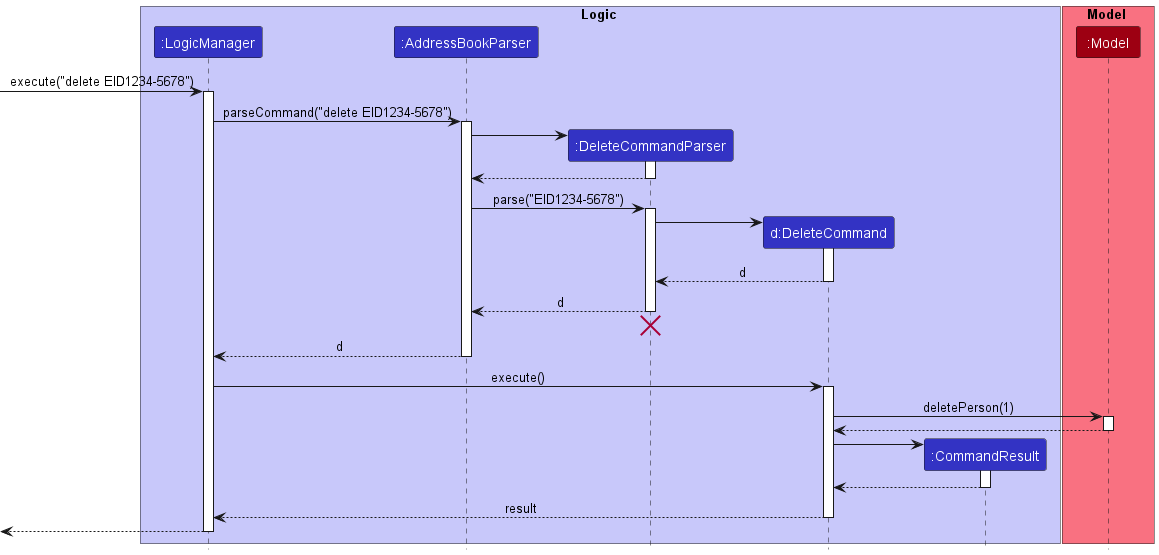
This is docs/images/DeleteSequenceDiagram.png from nus-cs2103-AY2324S1/tp, a PlantUML export, as it was before one commit.
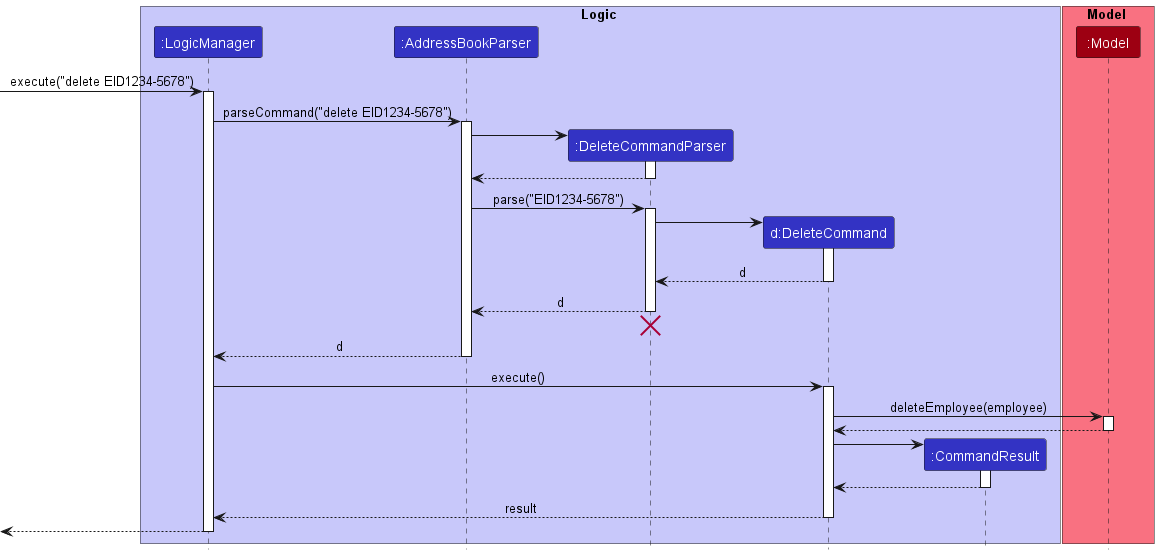
The same file after the commit.

Commit message:
Fix error in delete employee sequence diagram

Change to the diagram source:
```diff
@@ -48,7 +48,7 @@
 LogicManager -> DeleteCommand : execute()
 activate DeleteCommand
 
-DeleteCommand -> Model : deletePerson(1)
+DeleteCommand -> Model : deleteEmployee(employee)
 activate Model
 
 Model --> DeleteCommand
```
